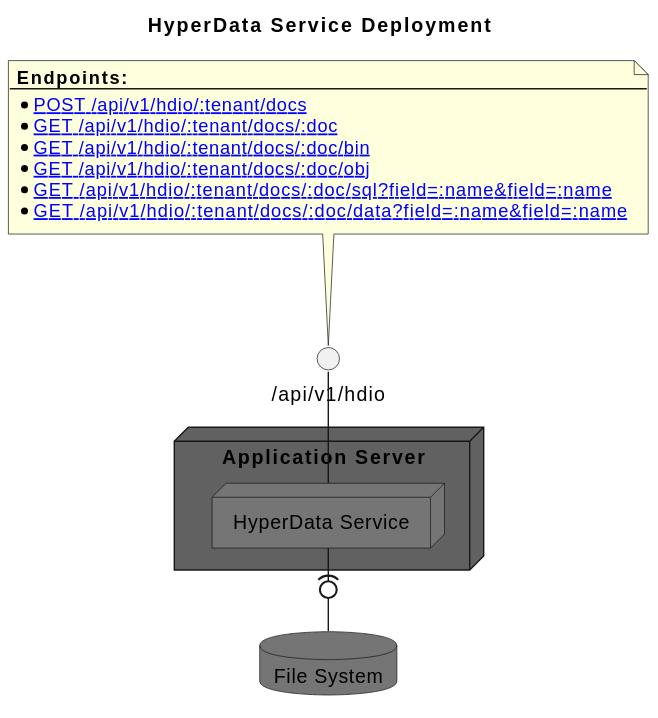
Earlier version of the PlantUML export svg/general/hyperdata.svg (hdml-github/hdml-github.github.io).
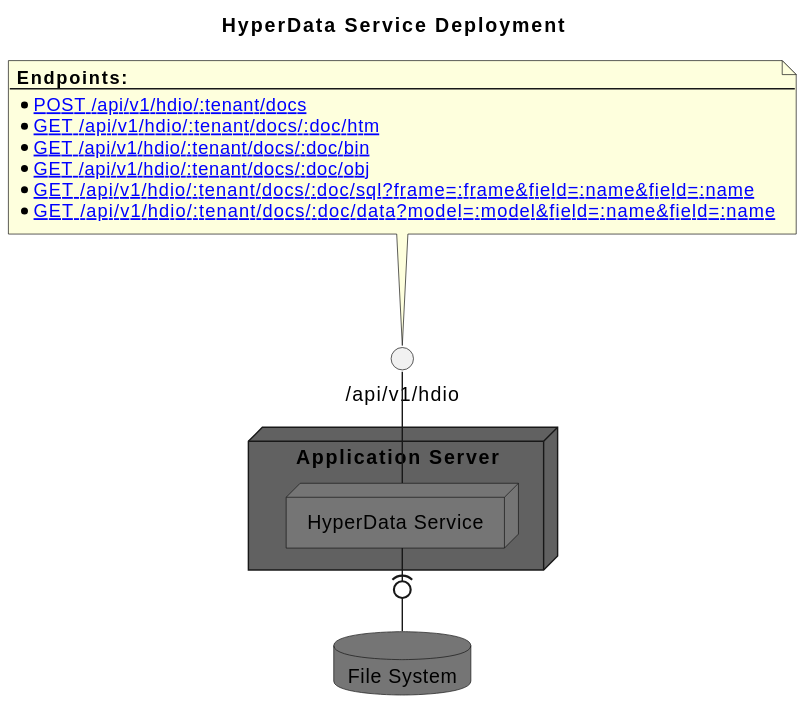
The same diagram one commit later.

Change to the diagram source:
```diff
@@ -5,11 +5,11 @@
     **Endpoints:**
     ----
     * [[../hyperdata/post_docs.svg POST /api/v1/hdio/:tenant/docs]]
-    * [[./ GET /api/v1/hdio/:tenant/docs/:doc]]
+    * [[./ GET /api/v1/hdio/:tenant/docs/:doc/htm]]
     * [[./ GET /api/v1/hdio/:tenant/docs/:doc/bin]]
     * [[./ GET /api/v1/hdio/:tenant/docs/:doc/obj]]
-    * [[./ GET /api/v1/hdio/:tenant/docs/:doc/sql?field=:name&field=:name]]
-    * [[./ GET /api/v1/hdio/:tenant/docs/:doc/data?field=:name&field=:name]]
+    * [[./ GET /api/v1/hdio/:tenant/docs/:doc/sql?frame=:frame&field=:name&field=:name]]
+    * [[./ GET /api/v1/hdio/:tenant/docs/:doc/data?model=:model&field=:name&field=:name]]
   end note
 
   interface "/api/v1/hdio" as HDIO_REST_API
```
